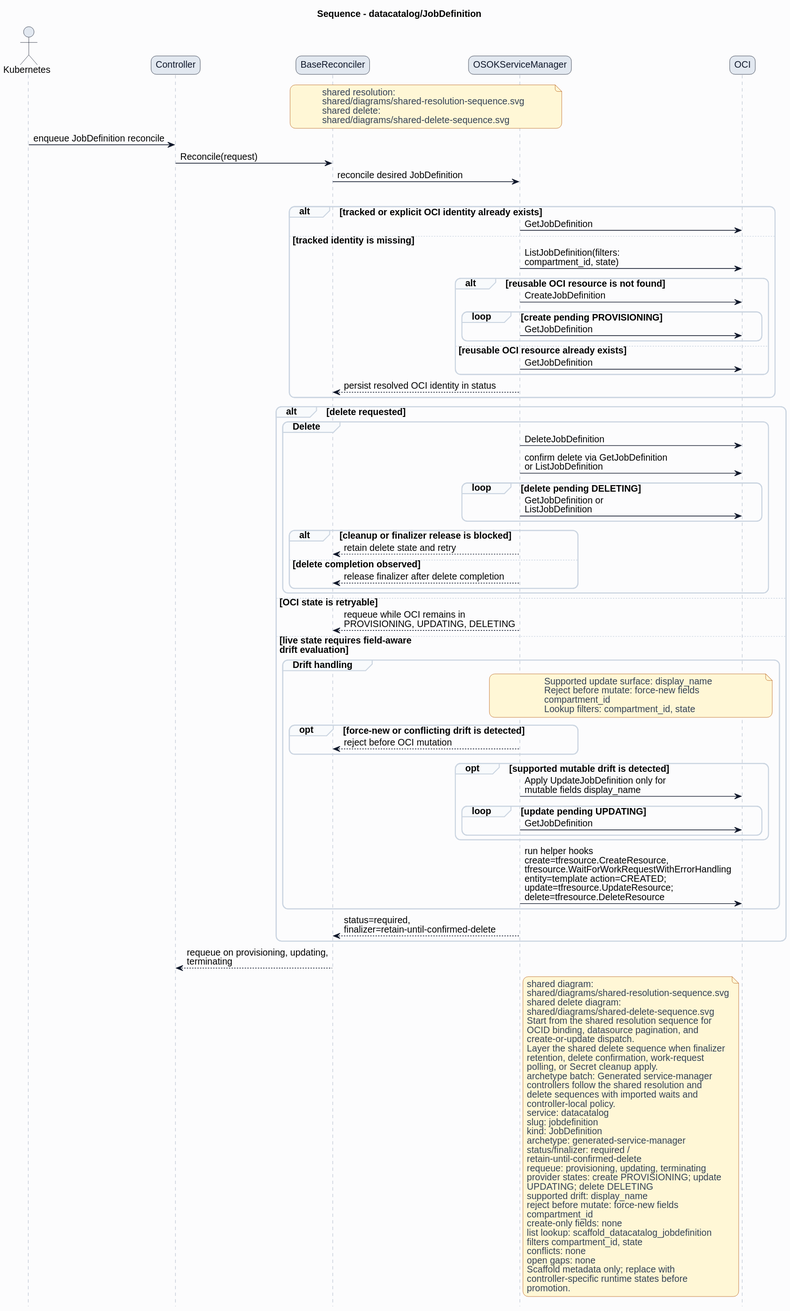
Earlier version of the PlantUML export formal/controllers/datacatalog/jobdefinition/diagrams/sequence.svg (HaoyL666/oci-service-operator). Its diagram source:
```plantuml
@startuml
skinparam shadowing false
skinparam backgroundColor #fcfcfd
skinparam defaultFontName Helvetica
skinparam defaultFontSize 14
skinparam arrowColor #0f172a
skinparam noteBackgroundColor #fff7d6
skinparam noteBorderColor #b45309
skinparam noteFontColor #334155
skinparam roundcorner 16
title Sequence - datacatalog/JobDefinition
hide footbox
skinparam sequence {
  actorBorderColor #0f172a
  actorBackgroundColor #e2e8f0
  participantBorderColor #0f172a
  participantBackgroundColor #e2e8f0
  participantFontColor #0f172a
  lifeLineBorderColor #94a3b8
  groupBorderColor #cbd5e1
  groupBackgroundColor #f8fafc
}
actor Kubernetes
participant Controller
participant BaseReconciler
participant "OSOKServiceManager" as ServiceManager
participant OCI
note over BaseReconciler,ServiceManager
shared resolution:
shared/diagrams/shared-resolution-sequence.svg
shared delete:
shared/diagrams/shared-delete-sequence.svg
end note
Kubernetes -> Controller: enqueue JobDefinition reconcile
Controller -> BaseReconciler: Reconcile(request)
BaseReconciler -> ServiceManager: reconcile desired JobDefinition
group Lookup and bind
alt tracked or explicit OCI identity already exists
ServiceManager -> OCI: GetJobDefinition
else tracked identity is missing
ServiceManager -> OCI: ListJobDefinition(filters:\ncompartment_id, state)
alt reusable OCI resource is not found
ServiceManager -> OCI: CreateJobDefinition
loop create pending PROVISIONING
ServiceManager -> OCI: GetJobDefinition
end
else reusable OCI resource already exists
ServiceManager -> OCI: GetJobDefinition
end
ServiceManager --> BaseReconciler: persist resolved OCI identity in status
end
alt delete requested
group Delete
ServiceManager -> OCI: DeleteJobDefinition
ServiceManager -> OCI: confirm delete via GetJobDefinition\nor ListJobDefinition
loop delete pending DELETING
ServiceManager -> OCI: GetJobDefinition or\nListJobDefinition
end
alt cleanup or finalizer release is blocked
ServiceManager --> BaseReconciler: retain delete state and retry
else delete completion observed
ServiceManager --> BaseReconciler: release finalizer after delete completion
end
end
else OCI state is retryable
ServiceManager --> BaseReconciler: requeue while OCI remains in\nPROVISIONING, UPDATING, DELETING
else live state requires field-aware\ndrift evaluation
group Drift handling
note over ServiceManager,OCI
Supported update surface: display_name
Reject before mutate: force-new fields
compartment_id
Lookup filters: compartment_id, state
end note
opt force-new or conflicting drift is detected
ServiceManager --> BaseReconciler: reject before OCI mutation
end
opt supported mutable drift is detected
ServiceManager -> OCI: Apply UpdateJobDefinition only for\nmutable fields display_name
loop update pending UPDATING
ServiceManager -> OCI: GetJobDefinition
end
end
ServiceManager -> OCI: run helper hooks\ncreate=tfresource.CreateResource,\ntfresource.WaitForWorkRequestWithErrorHandling\nentity=template action=CREATED;\nupdate=tfresource.UpdateResource;\ndelete=tfresource.DeleteResource
end
ServiceManager --> BaseReconciler: status=required,\nfinalizer=retain-until-confirmed-delete
end
BaseReconciler --> Controller: requeue on provisioning, updating,\nterminating
note right of ServiceManager
shared diagram:
shared/diagrams/shared-resolution-sequence.svg
shared delete diagram:
shared/diagrams/shared-delete-sequence.svg
Start from the shared resolution sequence for
OCID binding, datasource pagination, and
create-or-update dispatch.
Layer the shared delete sequence when finalizer
retention, delete confirmation, work-request
polling, or Secret cleanup apply.
archetype batch: Generated service-manager
controllers follow the shared resolution and
delete sequences with imported waits and
controller-local policy.
service: datacatalog
slug: jobdefinition
kind: JobDefinition
archetype: generated-service-manager
status/finalizer: required /
retain-until-confirmed-delete
requeue: provisioning, updating, terminating
provider states: create PROVISIONING; update
UPDATING; delete DELETING
supported drift: display_name
reject before mutate: force-new fields
compartment_id
create-only fields: none
list lookup: scaffold_datacatalog_jobdefinition
filters compartment_id, state
conflicts: none
open gaps: none
Scaffold metadata only; replace with
controller-specific runtime states before
promotion.
end note
@enduml
```
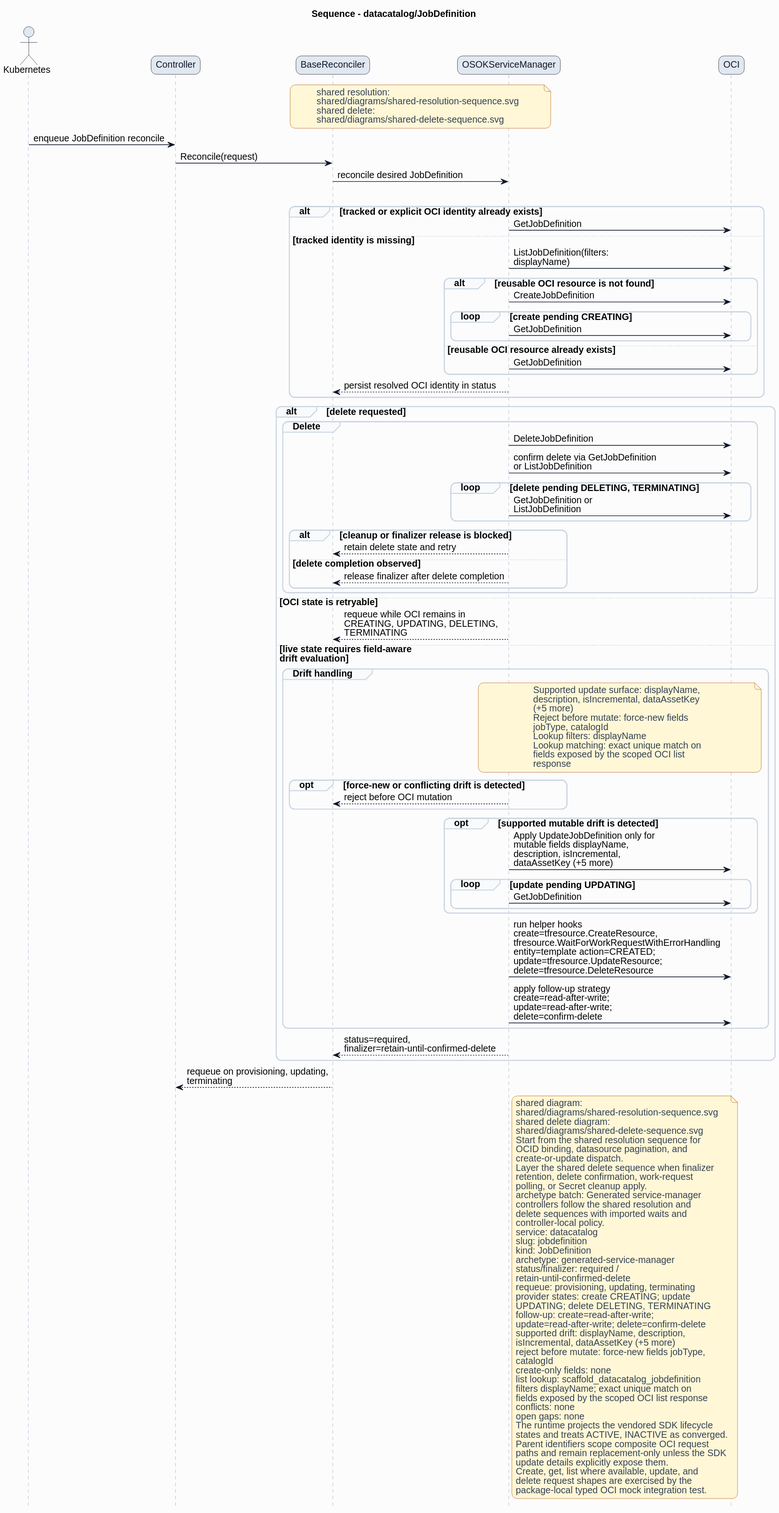
Above is the later version.

Diff of the diagram source:
```diff
@@ -38,10 +38,10 @@
 alt tracked or explicit OCI identity already exists
 ServiceManager -> OCI: GetJobDefinition
 else tracked identity is missing
-ServiceManager -> OCI: ListJobDefinition(filters:\ncompartment_id, state)
+ServiceManager -> OCI: ListJobDefinition(filters:\ndisplayName)
 alt reusable OCI resource is not found
 ServiceManager -> OCI: CreateJobDefinition
-loop create pending PROVISIONING
+loop create pending CREATING
 ServiceManager -> OCI: GetJobDefinition
 end
 else reusable OCI resource already exists
@@ -53,7 +53,7 @@
 group Delete
 ServiceManager -> OCI: DeleteJobDefinition
 ServiceManager -> OCI: confirm delete via GetJobDefinition\nor ListJobDefinition
-loop delete pending DELETING
+loop delete pending DELETING, TERMINATING
 ServiceManager -> OCI: GetJobDefinition or\nListJobDefinition
 end
 alt cleanup or finalizer release is blocked
@@ -63,25 +63,31 @@
 end
 end
 else OCI state is retryable
-ServiceManager --> BaseReconciler: requeue while OCI remains in\nPROVISIONING, UPDATING, DELETING
+ServiceManager --> BaseReconciler: requeue while OCI remains in\nCREATING, UPDATING, DELETING,\nTERMINATING
 else live state requires field-aware\ndrift evaluation
 group Drift handling
 note over ServiceManager,OCI
-Supported update surface: display_name
+Supported update surface: displayName,
+description, isIncremental, dataAssetKey
+(+5 more)
 Reject before mutate: force-new fields
-compartment_id
-Lookup filters: compartment_id, state
+jobType, catalogId
+Lookup filters: displayName
+Lookup matching: exact unique match on
+fields exposed by the scoped OCI list
+response
 end note
 opt force-new or conflicting drift is detected
 ServiceManager --> BaseReconciler: reject before OCI mutation
 end
 opt supported mutable drift is detected
-ServiceManager -> OCI: Apply UpdateJobDefinition only for\nmutable fields display_name
+ServiceManager -> OCI: Apply UpdateJobDefinition only for\nmutable fields displayName,\ndescription, isIncremental,\ndataAssetKey (+5 more)
 loop update pending UPDATING
 ServiceManager -> OCI: GetJobDefinition
 end
 end
 ServiceManager -> OCI: run helper hooks\ncreate=tfresource.CreateResource,\ntfresource.WaitForWorkRequestWithErrorHandling\nentity=template action=CREATED;\nupdate=tfresource.UpdateResource;\ndelete=tfresource.DeleteResource
+ServiceManager -> OCI: apply follow-up strategy\ncreate=read-after-write;\nupdate=read-after-write;\ndelete=confirm-delete
 end
 ServiceManager --> BaseReconciler: status=required,\nfinalizer=retain-until-confirmed-delete
 end
@@ -108,18 +114,27 @@
 status/finalizer: required /
 retain-until-confirmed-delete
 requeue: provisioning, updating, terminating
-provider states: create PROVISIONING; update
-UPDATING; delete DELETING
-supported drift: display_name
-reject before mutate: force-new fields
-compartment_id
+provider states: create CREATING; update
+UPDATING; delete DELETING, TERMINATING
+follow-up: create=read-after-write;
+update=read-after-write; delete=confirm-delete
+supported drift: displayName, description,
+isIncremental, dataAssetKey (+5 more)
+reject before mutate: force-new fields jobType,
+catalogId
 create-only fields: none
 list lookup: scaffold_datacatalog_jobdefinition
-filters compartment_id, state
+filters displayName; exact unique match on
+fields exposed by the scoped OCI list response
 conflicts: none
 open gaps: none
-Scaffold metadata only; replace with
-controller-specific runtime states before
-promotion.
+The runtime projects the vendored SDK lifecycle
+states and treats ACTIVE, INACTIVE as converged.
+Parent identifiers scope composite OCI request
+paths and remain replacement-only unless the SDK
+update details explicitly expose them.
+Create, get, list where available, update, and
+delete request shapes are exercised by the
+package-local typed OCI mock integration test.
 end note
 @enduml
```
